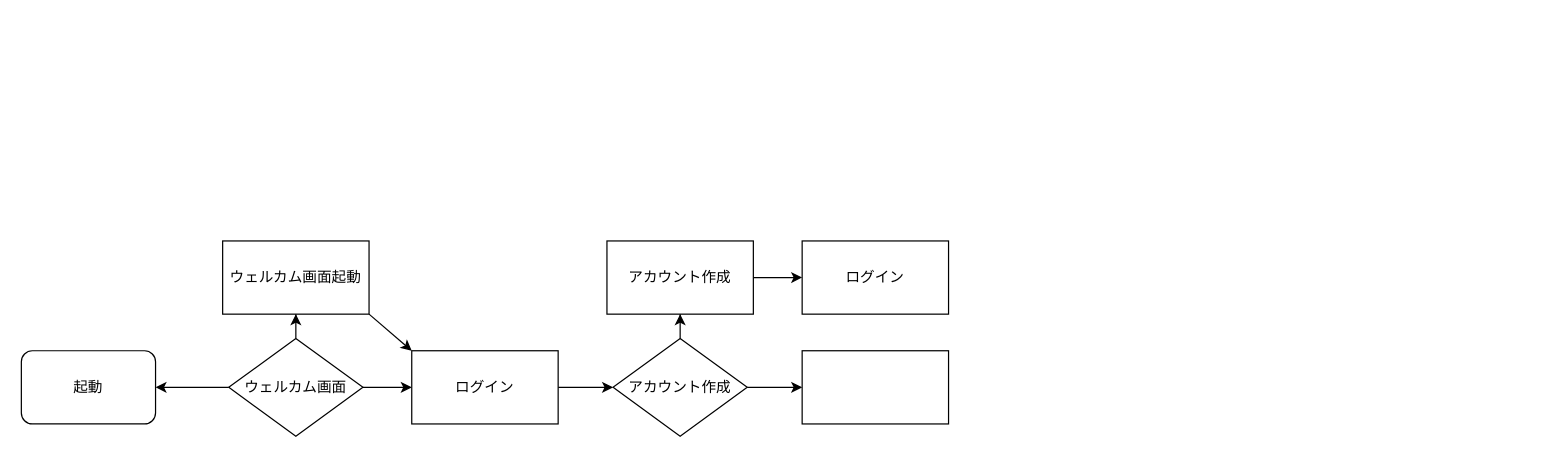
ASHIMOTO0729/Drow.io keeps this draw.io diagram as 名称未設定ファイル.drawio. Above is the earlier version. Source tidied: cells renumbered, new cells numbered last; positions are measured from the earlier drawing's top-left corner, leaving out a move shared by most shapes. Both pictures are drawn from the tidied source at 122%, with x=0, y=0 at pixel (21, 240).
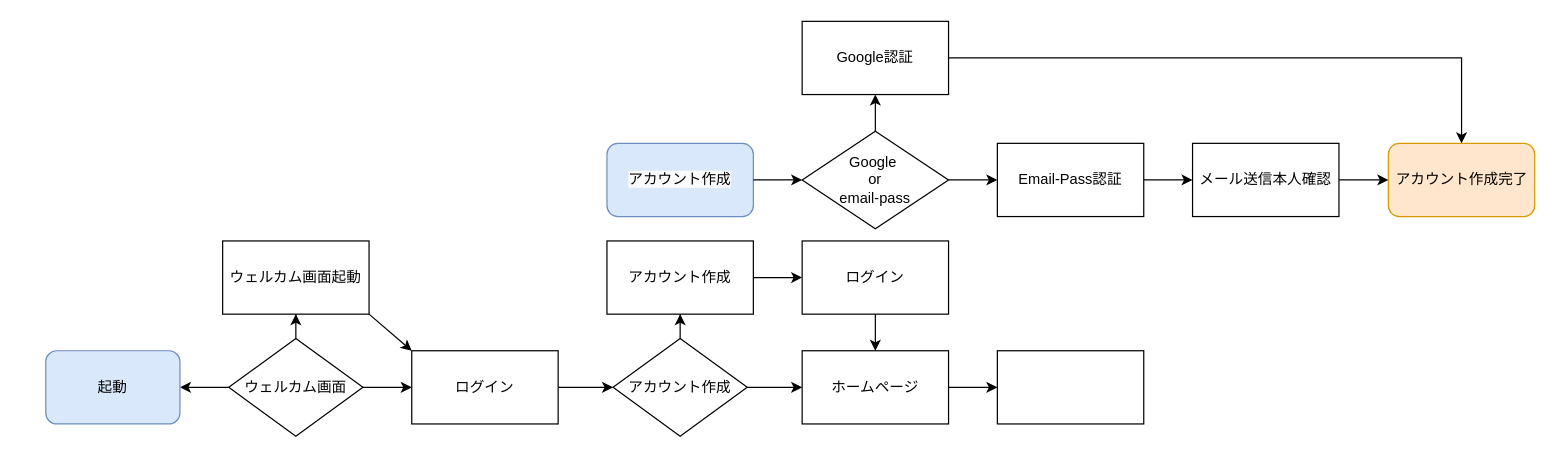
The same diagram, later.

Commit message (it also covers changes not shown here):
名称未設定ファイル.drawio を更新します

Unchanged cells that the change refers to:
```xml
<mxCell id="15" value="ログイン" style="whiteSpace=wrap;html=1;rounded=0;" parent="1" vertex="1">
  <mxGeometry x="640" width="120" height="60" as="geometry" />
</mxCell>
```

The edit, as a diff of the source:
```diff
@@
-    <mxCell id="6" value="起動" style="rounded=1;whiteSpace=wrap;html=1;" parent="1" vertex="1">
-      <mxGeometry y="90" width="110" height="60" as="geometry" />
+    <mxCell id="6" value="起動" style="rounded=1;whiteSpace=wrap;html=1;fillColor=#dae8fc;strokeColor=#6c8ebf;" parent="1" vertex="1">
+      <mxGeometry x="20" y="90" width="110" height="60" as="geometry" />
     </mxCell>
@@
+    <mxCell id="18" style="edgeStyle=orthogonalEdgeStyle;rounded=0;jettySize=auto;html=1;" parent="1" edge="1" source="15" target="17">
+      <mxGeometry relative="1" as="geometry" />
+    </mxCell>
@@
+    <mxCell id="19" style="edgeStyle=orthogonalEdgeStyle;rounded=0;jettySize=auto;html=1;" parent="1" edge="1" source="17" target="20">
+      <mxGeometry relative="1" as="geometry" />
+    </mxCell>
-    <mxCell id="17" style="rounded=0;whiteSpace=wrap;html=1;" parent="1" vertex="1">
+    <mxCell id="17" value="ホームページ" style="rounded=0;whiteSpace=wrap;html=1;" parent="1" vertex="1">
       <mxGeometry x="640" y="90" width="120" height="60" as="geometry" />
     </mxCell>
+    <mxCell id="20" style="rounded=0;whiteSpace=wrap;html=1;" parent="1" vertex="1">
+      <mxGeometry x="800" y="90" width="120" height="60" as="geometry" />
+    </mxCell>
+    <mxCell id="21" style="group;" parent="1" vertex="1">
+      <mxGeometry x="480" y="-180" width="760.5" height="170" as="geometry" />
+    </mxCell>
+    <mxCell id="22" value="Google&amp;nbsp;&lt;br&gt;or&lt;br&gt;email-pass" style="rhombus;whiteSpace=wrap;html=1;rounded=0;" parent="21" vertex="1">
+      <mxGeometry x="160" y="90" width="120" height="80" as="geometry" />
+    </mxCell>
+    <mxCell id="23" value="Google認証" style="rounded=0;whiteSpace=wrap;html=1;" parent="21" vertex="1">
+      <mxGeometry x="160" width="120" height="60" as="geometry" />
+    </mxCell>
+    <mxCell id="24" style="edgeStyle=orthogonalEdgeStyle;rounded=0;jettySize=auto;html=1;" parent="21" edge="1" source="22" target="23">
+      <mxGeometry relative="1" as="geometry" />
+    </mxCell>
+    <mxCell id="25" value="Email-Pass認証" style="whiteSpace=wrap;html=1;rounded=0;" parent="21" vertex="1">
+      <mxGeometry x="320" y="100" width="120" height="60" as="geometry" />
+    </mxCell>
+    <mxCell id="26" style="edgeStyle=orthogonalEdgeStyle;rounded=0;jettySize=auto;html=1;" parent="21" edge="1" source="22" target="25">
+      <mxGeometry relative="1" as="geometry" />
+    </mxCell>
+    <mxCell id="27" value="メール送信本人確認" style="whiteSpace=wrap;html=1;rounded=0;" parent="21" vertex="1">
+      <mxGeometry x="480" y="100" width="120" height="60" as="geometry" />
+    </mxCell>
+    <mxCell id="28" style="edgeStyle=orthogonalEdgeStyle;rounded=0;jettySize=auto;html=1;" parent="21" edge="1" source="25" target="27">
+      <mxGeometry relative="1" as="geometry" />
+    </mxCell>
+    <mxCell id="29" value="&lt;span style=&quot;color: rgb(0, 0, 0); font-family: Helvetica; font-size: 12px; font-style: normal; font-variant-ligatures: normal; font-variant-caps: normal; font-weight: 400; letter-spacing: normal; orphans: 2; text-align: center; text-indent: 0px; text-transform: none; widows: 2; word-spacing: 0px; -webkit-text-stroke-width: 0px; background-color: rgb(251, 251, 251); text-decoration-thickness: initial; text-decoration-style: initial; text-decoration-color: initial; float: none; display: inline !important;&quot;&gt;アカウント作成&lt;/span&gt;" style="rounded=1;whiteSpace=wrap;html=1;fillColor=#dae8fc;strokeColor=#6c8ebf;" parent="21" vertex="1">
+      <mxGeometry y="100" width="120" height="60" as="geometry" />
+    </mxCell>
+    <mxCell id="30" style="edgeStyle=orthogonalEdgeStyle;rounded=0;jettySize=auto;html=1;" parent="21" edge="1" source="29" target="22">
+      <mxGeometry relative="1" as="geometry" />
+    </mxCell>
+    <mxCell id="31" value="アカウント作成完了" style="rounded=1;whiteSpace=wrap;html=1;fillColor=#ffe6cc;strokeColor=#d79b00;" parent="21" vertex="1">
+      <mxGeometry x="640.5" y="100" width="120" height="60" as="geometry" />
+    </mxCell>
+    <mxCell id="32" style="edgeStyle=orthogonalEdgeStyle;rounded=0;jettySize=auto;html=1;" parent="21" edge="1" source="23" target="31">
+      <mxGeometry relative="1" as="geometry" />
+    </mxCell>
+    <mxCell id="33" style="edgeStyle=orthogonalEdgeStyle;rounded=0;jettySize=auto;html=1;" parent="21" edge="1" source="27" target="31">
+      <mxGeometry relative="1" as="geometry" />
+    </mxCell>
```
